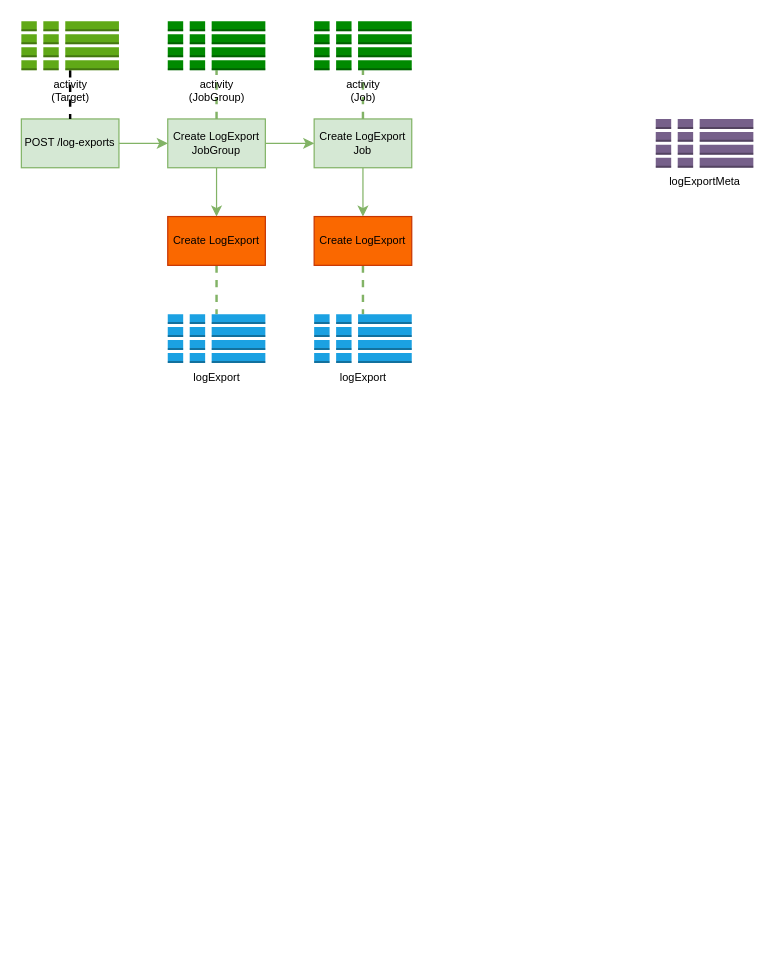
This is page "PostLogExport" (2 of 2) of st/Log.drawio from gaivin/drawio, a draw.io file, before an edit. Source tidied: cells renumbered, new cells numbered last; positions are measured from the earlier drawing's top-left corner, leaving out a move shared by most shapes. Both pictures are drawn from the tidied source at 122%, with x=0, y=0 at pixel (21, 21).
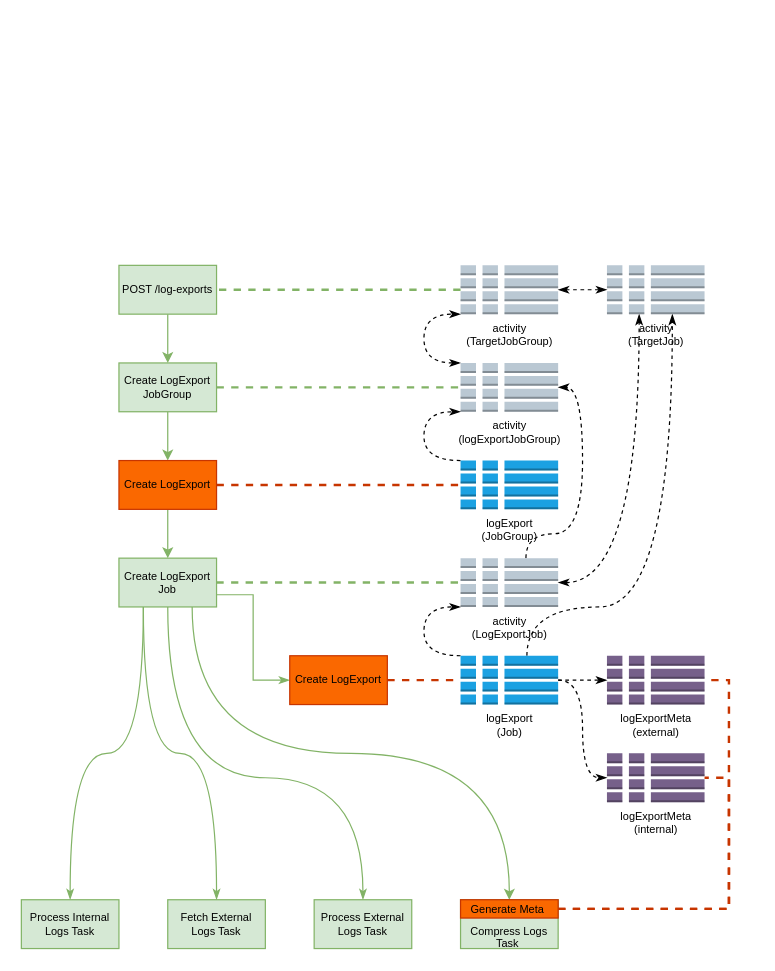
After the change.

The edit, as a diff of the source:
```diff
@@
     <mxCell id="3" value="POST /log-exports" style="rounded=0;whiteSpace=wrap;html=1;fillColor=#d5e8d4;strokeColor=#82b366;fontSize=9;" parent="1" vertex="1">
-      <mxGeometry y="80" width="80" height="40" as="geometry" />
+      <mxGeometry x="80" y="200" width="80" height="40" as="geometry" />
     </mxCell>
-    <mxCell id="4" style="edgeStyle=orthogonalEdgeStyle;rounded=0;jettySize=auto;html=1;fillColor=#d5e8d4;strokeColor=#82b366;fontSize=9;" parent="1" edge="1" source="7" target="10">
+    <mxCell id="4" style="edgeStyle=orthogonalEdgeStyle;rounded=0;jettySize=auto;html=1;fillColor=#d5e8d4;strokeColor=#82b366;fontSize=9;exitX=0.5;exitY=1;exitDx=0;exitDy=0;" parent="1" edge="1" source="12" target="10">
       <mxGeometry relative="1" as="geometry" />
     </mxCell>
@@
-    <mxCell id="6" style="edgeStyle=orthogonalEdgeStyle;rounded=0;jettySize=auto;html=1;exitX=0.5;exitY=0;exitDx=0;exitDy=0;fontSize=9;fontColor=#000000;endArrow=none;endFill=0;dashed=1;fillColor=#d5e8d4;strokeColor=#82b366;strokeWidth=2;" parent="1" edge="1" source="7" target="15">
+    <mxCell id="6" style="edgeStyle=orthogonalEdgeStyle;rounded=0;jettySize=auto;html=1;fontSize=9;fontColor=#000000;endArrow=none;endFill=0;dashed=1;fillColor=#d5e8d4;strokeColor=#82b366;strokeWidth=2;" parent="1" edge="1" source="7" target="15">
       <mxGeometry relative="1" as="geometry" />
     </mxCell>
-    <mxCell id="7" value="Create LogExport JobGroup" style="rounded=0;whiteSpace=wrap;html=1;fillColor=#d5e8d4;strokeColor=#82b366;fontSize=9;" parent="1" vertex="1">
-      <mxGeometry x="120" y="80" width="80" height="40" as="geometry" />
-    </mxCell>
-    <mxCell id="8" style="edgeStyle=orthogonalEdgeStyle;rounded=0;jettySize=auto;html=1;fillColor=#d5e8d4;strokeColor=#82b366;fontSize=9;" parent="1" edge="1" source="10" target="14">
+    <mxCell id="8" style="edgeStyle=orthogonalEdgeStyle;rounded=0;jettySize=auto;html=1;entryX=0;entryY=0.5;entryDx=0;entryDy=0;strokeWidth=1;fontSize=9;fontColor=#000000;startArrow=none;startFill=0;endArrow=classicThin;endFill=1;fillColor=#d5e8d4;strokeColor=#82b366;exitX=1;exitY=0.75;exitDx=0;exitDy=0;" parent="1" edge="1" source="10" target="14">
       <mxGeometry relative="1" as="geometry" />
     </mxCell>
+    <mxCell id="22" style="edgeStyle=orthogonalEdgeStyle;rounded=0;jettySize=auto;html=1;exitX=0.25;exitY=1;exitDx=0;exitDy=0;entryX=0.5;entryY=0;entryDx=0;entryDy=0;strokeWidth=1;fontSize=9;fontColor=#000000;startArrow=none;startFill=0;endArrow=classicThin;endFill=1;curved=1;fillColor=#d5e8d4;strokeColor=#82b366;" parent="1" edge="1" source="10" target="35">
+      <mxGeometry relative="1" as="geometry" />
+    </mxCell>
+    <mxCell id="23" style="edgeStyle=orthogonalEdgeStyle;curved=1;rounded=0;jettySize=auto;html=1;exitX=0.25;exitY=1;exitDx=0;exitDy=0;entryX=0.5;entryY=0;entryDx=0;entryDy=0;strokeWidth=1;fontSize=9;fontColor=#000000;startArrow=none;startFill=0;endArrow=classicThin;endFill=1;fillColor=#d5e8d4;strokeColor=#82b366;" parent="1" edge="1" source="10" target="36">
+      <mxGeometry relative="1" as="geometry" />
+    </mxCell>
+    <mxCell id="24" style="edgeStyle=orthogonalEdgeStyle;curved=1;rounded=0;jettySize=auto;html=1;exitX=0.5;exitY=1;exitDx=0;exitDy=0;entryX=0.5;entryY=0;entryDx=0;entryDy=0;strokeWidth=1;fontSize=9;fontColor=#000000;startArrow=none;startFill=0;endArrow=classicThin;endFill=1;fillColor=#d5e8d4;strokeColor=#82b366;" parent="1" edge="1" source="10" target="37">
+      <mxGeometry relative="1" as="geometry">
+        <Array as="points">
+          <mxPoint x="120" y="620" />
+          <mxPoint x="280" y="620" />
+        </Array>
+      </mxGeometry>
+    </mxCell>
-    <mxCell id="9" style="edgeStyle=orthogonalEdgeStyle;rounded=0;jettySize=auto;html=1;exitX=0.5;exitY=0;exitDx=0;exitDy=0;entryX=0.5;entryY=1;entryDx=0;entryDy=0;entryPerimeter=0;dashed=1;strokeWidth=2;fontSize=9;fontColor=#000000;endArrow=none;endFill=0;fillColor=#d5e8d4;strokeColor=#82b366;" parent="1" edge="1" source="10" target="16">
+    <mxCell id="9" style="edgeStyle=orthogonalEdgeStyle;curved=1;rounded=0;jettySize=auto;html=1;exitX=1;exitY=0.5;exitDx=0;exitDy=0;strokeWidth=2;fontSize=9;fontColor=#000000;startArrow=none;startFill=0;endArrow=none;endFill=0;dashed=1;fillColor=#d5e8d4;strokeColor=#82b366;" parent="1" edge="1" source="10" target="16">
       <mxGeometry relative="1" as="geometry" />
     </mxCell>
+    <mxCell id="25" style="edgeStyle=orthogonalEdgeStyle;curved=1;rounded=0;jettySize=auto;html=1;exitX=0.75;exitY=1;exitDx=0;exitDy=0;entryX=0.5;entryY=0;entryDx=0;entryDy=0;strokeWidth=1;fontSize=9;fontColor=#000000;startArrow=none;startFill=0;endArrow=classic;endFill=1;fillColor=#d5e8d4;strokeColor=#82b366;" parent="1" edge="1" source="10" target="43">
+      <mxGeometry relative="1" as="geometry" />
+    </mxCell>
     <mxCell id="10" value="Create LogExport Job" style="rounded=0;whiteSpace=wrap;html=1;fillColor=#d5e8d4;strokeColor=#82b366;fontSize=9;" parent="1" vertex="1">
-      <mxGeometry x="240" y="80" width="80" height="40" as="geometry" />
+      <mxGeometry x="80" y="440" width="80" height="40" as="geometry" />
     </mxCell>
-    <mxCell id="11" style="edgeStyle=orthogonalEdgeStyle;rounded=0;jettySize=auto;html=1;exitX=0.5;exitY=1;exitDx=0;exitDy=0;entryX=0.5;entryY=0;entryDx=0;entryDy=0;entryPerimeter=0;dashed=1;strokeWidth=2;fontSize=9;fontColor=#000000;endArrow=none;endFill=0;fillColor=#d5e8d4;strokeColor=#82b366;" parent="1" edge="1" source="12" target="17">
+    <mxCell id="11" style="edgeStyle=orthogonalEdgeStyle;rounded=0;jettySize=auto;html=1;dashed=1;strokeWidth=2;fontSize=9;fontColor=#000000;endArrow=none;endFill=0;fillColor=#fa6800;strokeColor=#C73500;" parent="1" edge="1" source="12" target="17">
       <mxGeometry relative="1" as="geometry" />
     </mxCell>
     <mxCell id="12" value="Create LogExport" style="rounded=0;whiteSpace=wrap;html=1;fillColor=#fa6800;strokeColor=#C73500;fontSize=9;fontColor=#000000;" parent="1" vertex="1">
-      <mxGeometry x="120" y="160" width="80" height="40" as="geometry" />
+      <mxGeometry x="80" y="360" width="80" height="40" as="geometry" />
     </mxCell>
-    <mxCell id="13" style="edgeStyle=orthogonalEdgeStyle;rounded=0;jettySize=auto;html=1;exitX=0.5;exitY=1;exitDx=0;exitDy=0;dashed=1;strokeWidth=2;fontSize=9;fontColor=#000000;endArrow=none;endFill=0;fillColor=#d5e8d4;strokeColor=#82b366;" parent="1" edge="1" source="14" target="18">
+    <mxCell id="13" style="edgeStyle=orthogonalEdgeStyle;rounded=0;jettySize=auto;html=1;exitX=1;exitY=0.5;exitDx=0;exitDy=0;entryX=0;entryY=0.5;entryDx=0;entryDy=0;entryPerimeter=0;dashed=1;strokeWidth=2;fontSize=9;fontColor=#000000;startArrow=none;startFill=0;endArrow=none;endFill=0;fillColor=#fa6800;strokeColor=#C73500;" parent="1" edge="1" source="14" target="18">
       <mxGeometry relative="1" as="geometry" />
     </mxCell>
     <mxCell id="14" value="Create LogExport" style="rounded=0;whiteSpace=wrap;html=1;fillColor=#fa6800;strokeColor=#C73500;fontSize=9;fontColor=#000000;" parent="1" vertex="1">
-      <mxGeometry x="240" y="160" width="80" height="40" as="geometry" />
+      <mxGeometry x="220" y="520" width="80" height="40" as="geometry" />
     </mxCell>
+    <mxCell id="26" style="edgeStyle=orthogonalEdgeStyle;curved=1;rounded=0;jettySize=auto;html=1;exitX=0;exitY=0;exitDx=0;exitDy=0;exitPerimeter=0;dashed=1;strokeWidth=1;fontSize=9;fontColor=#000000;startArrow=classicThin;startFill=1;endArrow=classicThin;endFill=1;entryX=0;entryY=1;entryDx=0;entryDy=0;entryPerimeter=0;" parent="1" edge="1" source="15" target="20">
+      <mxGeometry relative="1" as="geometry">
+        <Array as="points">
+          <mxPoint x="330" y="280" />
+          <mxPoint x="330" y="240" />
+        </Array>
+      </mxGeometry>
+    </mxCell>
-    <mxCell id="15" value="activity&lt;br&gt;(JobGroup)" style="outlineConnect=0;dashed=0;verticalLabelPosition=bottom;verticalAlign=top;align=center;html=1;shape=mxgraph.aws3.global_secondary_index;fillColor=#008a00;fontSize=9;strokeColor=#005700;fontColor=#000000;" parent="1" vertex="1">
-      <mxGeometry x="120" width="80" height="40" as="geometry" />
+    <mxCell id="15" value="activity&lt;br&gt;(logExportJobGroup)" style="outlineConnect=0;dashed=0;verticalLabelPosition=bottom;verticalAlign=top;align=center;html=1;shape=mxgraph.aws3.global_secondary_index;fillColor=#bac8d3;fontSize=9;strokeColor=#23445d;points=[[0,0,0,0,0],[0,0.5,0,0,0],[0,1,0,0,0],[0.33,0,0,0,0],[0.33,1,0,0,0],[0.5,0,0,0,0],[0.5,1,0,0,0],[0.67,0,0,0,0],[0.67,1,0,0,0],[1,0,0,0,0],[1,0.5,0,0,0],[1,1,0,0,0]];labelPosition=center;" parent="1" vertex="1">
+      <mxGeometry x="360" y="280" width="80" height="40" as="geometry" />
     </mxCell>
+    <mxCell id="27" style="edgeStyle=orthogonalEdgeStyle;curved=1;rounded=0;jettySize=auto;html=1;exitX=0.67;exitY=0;exitDx=0;exitDy=0;exitPerimeter=0;entryX=1;entryY=0.5;entryDx=0;entryDy=0;entryPerimeter=0;dashed=1;strokeWidth=1;fontSize=9;fontColor=#000000;startArrow=none;startFill=0;endArrow=classicThin;endFill=1;" parent="1" edge="1" source="16" target="15">
+      <mxGeometry relative="1" as="geometry">
+        <Array as="points">
+          <mxPoint x="414" y="420" />
+          <mxPoint x="460" y="420" />
+          <mxPoint x="460" y="300" />
+        </Array>
+      </mxGeometry>
+    </mxCell>
+    <mxCell id="28" style="edgeStyle=orthogonalEdgeStyle;rounded=0;jettySize=auto;html=1;exitX=1;exitY=0.5;exitDx=0;exitDy=0;exitPerimeter=0;entryX=0.33;entryY=1;entryDx=0;entryDy=0;entryPerimeter=0;dashed=1;strokeWidth=1;fontSize=9;fontColor=#000000;startArrow=classicThin;startFill=1;endArrow=classicThin;endFill=1;curved=1;" parent="1" edge="1" source="16" target="34">
+      <mxGeometry relative="1" as="geometry" />
+    </mxCell>
-    <mxCell id="16" value="activity&lt;br&gt;(Job)" style="outlineConnect=0;dashed=0;verticalLabelPosition=bottom;verticalAlign=top;align=center;html=1;shape=mxgraph.aws3.global_secondary_index;fillColor=#008a00;fontSize=9;strokeColor=#005700;fontColor=#000000;" parent="1" vertex="1">
-      <mxGeometry x="240" width="80" height="40" as="geometry" />
+    <mxCell id="16" value="activity&lt;br&gt;(LogExportJob)" style="outlineConnect=0;dashed=0;verticalLabelPosition=bottom;verticalAlign=top;align=center;html=1;shape=mxgraph.aws3.global_secondary_index;fillColor=#bac8d3;fontSize=9;strokeColor=#23445d;points=[[0,0,0,0,0],[0,0.5,0,0,0],[0,1,0,0,0],[0.33,0,0,0,0],[0.33,1,0,0,0],[0.5,0,0,0,0],[0.5,1,0,0,0],[0.67,0,0,0,0],[0.67,1,0,0,0],[1,0,0,0,0],[1,0.5,0,0,0],[1,1,0,0,0]];labelPosition=center;" parent="1" vertex="1">
+      <mxGeometry x="360" y="440" width="80" height="40" as="geometry" />
     </mxCell>
+    <mxCell id="29" style="edgeStyle=orthogonalEdgeStyle;curved=1;rounded=0;jettySize=auto;html=1;exitX=0;exitY=0;exitDx=0;exitDy=0;exitPerimeter=0;entryX=0;entryY=1;entryDx=0;entryDy=0;entryPerimeter=0;dashed=1;strokeWidth=1;fontSize=9;fontColor=#000000;startArrow=none;startFill=0;endArrow=classicThin;endFill=1;" parent="1" edge="1" source="17" target="15">
+      <mxGeometry relative="1" as="geometry">
+        <Array as="points">
+          <mxPoint x="330" y="360" />
+          <mxPoint x="330" y="320" />
+        </Array>
+      </mxGeometry>
+    </mxCell>
-    <mxCell id="17" value="logExport" style="outlineConnect=0;dashed=0;verticalLabelPosition=bottom;verticalAlign=top;align=center;html=1;shape=mxgraph.aws3.global_secondary_index;fillColor=#1ba1e2;fontSize=9;strokeColor=none;fontColor=#000000;" parent="1" vertex="1">
-      <mxGeometry x="120" y="240" width="80" height="40" as="geometry" />
+    <mxCell id="17" value="logExport&lt;br&gt;(JobGroup)" style="outlineConnect=0;dashed=0;verticalLabelPosition=bottom;verticalAlign=top;align=center;html=1;shape=mxgraph.aws3.global_secondary_index;fillColor=#1ba1e2;fontSize=9;strokeColor=none;fontColor=#000000;points=[[0,0,0,0,0],[0,0.5,0,0,0],[0,1,0,0,0],[0.33,0,0,0,0],[0.33,1,0,0,0],[0.5,0,0,0,0],[0.5,1,0,0,0],[0.67,1,0,0,0],[0.68,0,0,0,0],[1,0,0,0,0],[1,0.5,0,0,0],[1,1,0,0,0]];labelPosition=center;" parent="1" vertex="1">
+      <mxGeometry x="360" y="360" width="80" height="40" as="geometry" />
     </mxCell>
+    <mxCell id="30" style="edgeStyle=orthogonalEdgeStyle;rounded=0;jettySize=auto;html=1;exitX=0;exitY=0;exitDx=0;exitDy=0;exitPerimeter=0;dashed=1;strokeWidth=1;fontSize=9;fontColor=#000000;startArrow=none;startFill=0;endArrow=classicThin;endFill=1;entryX=0;entryY=1;entryDx=0;entryDy=0;entryPerimeter=0;curved=1;" parent="1" edge="1" source="18" target="16">
+      <mxGeometry relative="1" as="geometry">
+        <Array as="points">
+          <mxPoint x="330" y="520" />
+          <mxPoint x="330" y="480" />
+        </Array>
+      </mxGeometry>
+    </mxCell>
+    <mxCell id="31" style="edgeStyle=orthogonalEdgeStyle;curved=1;rounded=0;jettySize=auto;html=1;exitX=1;exitY=0.5;exitDx=0;exitDy=0;exitPerimeter=0;dashed=1;strokeWidth=1;fontSize=9;fontColor=#000000;startArrow=none;startFill=0;endArrow=classicThin;endFill=1;fillColor=#d5e8d4;strokeColor=default;entryX=0;entryY=0.5;entryDx=0;entryDy=0;entryPerimeter=0;" parent="1" edge="1" source="18" target="21">
+      <mxGeometry relative="1" as="geometry" />
+    </mxCell>
+    <mxCell id="32" style="rounded=0;jettySize=auto;html=1;exitX=0.68;exitY=0;exitDx=0;exitDy=0;exitPerimeter=0;entryX=0.67;entryY=1;entryDx=0;entryDy=0;entryPerimeter=0;dashed=1;strokeWidth=1;fontSize=9;fontColor=#000000;startArrow=none;startFill=0;endArrow=classicThin;endFill=1;edgeStyle=orthogonalEdgeStyle;curved=1;" parent="1" edge="1" source="18" target="34">
+      <mxGeometry relative="1" as="geometry">
+        <Array as="points">
+          <mxPoint x="414" y="480" />
+          <mxPoint x="534" y="480" />
+        </Array>
+      </mxGeometry>
+    </mxCell>
-    <mxCell id="18" value="logExport" style="outlineConnect=0;dashed=0;verticalLabelPosition=bottom;verticalAlign=top;align=center;html=1;shape=mxgraph.aws3.global_secondary_index;fillColor=#1ba1e2;fontSize=9;strokeColor=none;fontColor=#000000;" parent="1" vertex="1">
-      <mxGeometry x="240" y="240" width="80" height="40" as="geometry" />
+    <mxCell id="18" value="logExport&lt;br&gt;(Job)" style="outlineConnect=0;dashed=0;verticalLabelPosition=bottom;verticalAlign=top;align=center;html=1;shape=mxgraph.aws3.global_secondary_index;fillColor=#1ba1e2;fontSize=9;strokeColor=none;fontColor=#000000;points=[[0,0,0,0,0],[0,0.5,0,0,0],[0,1,0,0,0],[0.33,0,0,0,0],[0.33,1,0,0,0],[0.5,0,0,0,0],[0.5,1,0,0,0],[0.67,1,0,0,0],[0.68,0,0,0,0],[1,0,0,0,0],[1,0.5,0,0,0],[1,1,0,0,0]];labelPosition=center;" parent="1" vertex="1">
+      <mxGeometry x="360" y="520" width="80" height="40" as="geometry" />
     </mxCell>
-    <mxCell id="19" style="edgeStyle=orthogonalEdgeStyle;rounded=0;jettySize=auto;html=1;dashed=1;strokeWidth=2;fontSize=9;fontColor=#000000;endArrow=none;endFill=0;" parent="1" edge="1" source="20" target="3">
+    <mxCell id="19" style="edgeStyle=orthogonalEdgeStyle;rounded=0;jettySize=auto;html=1;dashed=1;strokeWidth=2;fontSize=9;fontColor=#000000;endArrow=none;endFill=0;fillColor=#d5e8d4;gradientColor=#97d077;strokeColor=#82b366;" parent="1" edge="1" source="20" target="3">
       <mxGeometry relative="1" as="geometry" />
     </mxCell>
+    <mxCell id="33" style="edgeStyle=orthogonalEdgeStyle;curved=1;rounded=0;jettySize=auto;html=1;exitX=1;exitY=0.5;exitDx=0;exitDy=0;exitPerimeter=0;entryX=0;entryY=0.5;entryDx=0;entryDy=0;entryPerimeter=0;dashed=1;strokeWidth=1;fontSize=9;fontColor=#000000;startArrow=classicThin;startFill=1;endArrow=classicThin;endFill=1;" parent="1" edge="1" source="20" target="34">
+      <mxGeometry relative="1" as="geometry" />
+    </mxCell>
-    <mxCell id="20" value="activity&lt;br&gt;(Target)" style="outlineConnect=0;dashed=0;verticalLabelPosition=bottom;verticalAlign=top;align=center;html=1;shape=mxgraph.aws3.global_secondary_index;fillColor=#60a917;fontSize=9;strokeColor=#2D7600;fontColor=#000000;" parent="1" vertex="1">
-      <mxGeometry width="80" height="40" as="geometry" />
+    <mxCell id="20" value="activity&lt;br&gt;(TargetJobGroup)" style="outlineConnect=0;dashed=0;verticalLabelPosition=bottom;verticalAlign=top;align=center;html=1;shape=mxgraph.aws3.global_secondary_index;fillColor=#bac8d3;fontSize=9;strokeColor=#23445d;points=[[0,0,0,0,0],[0,0.5,0,0,0],[0,1,0,0,0],[0.33,0,0,0,0],[0.33,1,0,0,0],[0.5,0,0,0,0],[0.5,1,0,0,0],[0.67,0,0,0,0],[0.67,1,0,0,0],[1,0,0,0,0],[1,0.5,0,0,0],[1,1,0,0,0]];labelPosition=center;" parent="1" vertex="1">
+      <mxGeometry x="360" y="200" width="80" height="40" as="geometry" />
     </mxCell>
-    <mxCell id="21" value="logExportMeta" style="outlineConnect=0;dashed=0;verticalLabelPosition=bottom;verticalAlign=top;align=center;html=1;shape=mxgraph.aws3.global_secondary_index;fillColor=#76608a;fontSize=9;strokeColor=#432D57;fontColor=#000000;" parent="1" vertex="1">
-      <mxGeometry x="520" y="80" width="80" height="40" as="geometry" />
+    <mxCell id="21" value="logExportMeta&lt;br&gt;(internal)" style="outlineConnect=0;dashed=0;verticalLabelPosition=bottom;verticalAlign=top;align=center;html=1;shape=mxgraph.aws3.global_secondary_index;fillColor=#76608a;fontSize=9;strokeColor=#432D57;points=[[0,0,0,0,0],[0,0.5,0,0,0],[0,1,0,0,0],[0.33,0,0,0,0],[0.33,1,0,0,0],[0.5,0,0,0,0],[0.5,1,0,0,0],[0.67,0,0,0,0],[0.67,1,0,0,0],[1,0,0,0,0],[1,0.5,0,0,0],[1,1,0,0,0]];labelPosition=center;fontColor=#000000;" parent="1" vertex="1">
+      <mxGeometry x="480" y="600" width="80" height="40" as="geometry" />
     </mxCell>
+    <mxCell id="34" value="activity&lt;br&gt;(TargetJob)" style="outlineConnect=0;dashed=0;verticalLabelPosition=bottom;verticalAlign=top;align=center;html=1;shape=mxgraph.aws3.global_secondary_index;fillColor=#bac8d3;fontSize=9;strokeColor=#23445d;points=[[0,0,0,0,0],[0,0.5,0,0,0],[0,1,0,0,0],[0.33,0,0,0,0],[0.33,1,0,0,0],[0.5,0,0,0,0],[0.5,1,0,0,0],[0.67,0,0,0,0],[0.67,1,0,0,0],[1,0,0,0,0],[1,0.5,0,0,0],[1,1,0,0,0]];labelPosition=center;" parent="1" vertex="1">
+      <mxGeometry x="480" y="200" width="80" height="40" as="geometry" />
+    </mxCell>
+    <mxCell id="35" value="Process Internal Logs Task" style="rounded=0;whiteSpace=wrap;html=1;fillColor=#d5e8d4;strokeColor=#82b366;fontSize=9;" parent="1" vertex="1">
+      <mxGeometry y="720" width="80" height="40" as="geometry" />
+    </mxCell>
+    <mxCell id="36" value="Fetch External Logs Task" style="rounded=0;whiteSpace=wrap;html=1;fillColor=#d5e8d4;strokeColor=#82b366;fontSize=9;" parent="1" vertex="1">
+      <mxGeometry x="120" y="720" width="80" height="40" as="geometry" />
+    </mxCell>
+    <mxCell id="37" value="Process External Logs Task" style="rounded=0;whiteSpace=wrap;html=1;fillColor=#d5e8d4;strokeColor=#82b366;fontSize=9;" parent="1" vertex="1">
+      <mxGeometry x="240" y="720" width="80" height="40" as="geometry" />
+    </mxCell>
+    <mxCell id="38" value="&lt;br&gt;&lt;br&gt;Compress Logs Task&amp;nbsp;" style="rounded=0;whiteSpace=wrap;html=1;fillColor=#d5e8d4;strokeColor=#82b366;fontSize=9;" parent="1" vertex="1">
+      <mxGeometry x="360" y="720" width="80" height="40" as="geometry" />
+    </mxCell>
+    <mxCell id="7" value="Create LogExport JobGroup" style="rounded=0;whiteSpace=wrap;html=1;fillColor=#d5e8d4;strokeColor=#82b366;fontSize=9;" parent="1" vertex="1">
+      <mxGeometry x="80" y="280" width="80" height="40" as="geometry" />
+    </mxCell>
+    <mxCell id="39" value="logExportMeta&lt;br&gt;(external)" style="outlineConnect=0;dashed=0;verticalLabelPosition=bottom;verticalAlign=top;align=center;html=1;shape=mxgraph.aws3.global_secondary_index;fillColor=#76608a;fontSize=9;strokeColor=#432D57;fontColor=#000000;points=[[0,0,0,0,0],[0,0.5,0,0,0],[0,1,0,0,0],[0.33,0,0,0,0],[0.33,1,0,0,0],[0.5,0,0,0,0],[0.5,1,0,0,0],[0.67,0,0,0,0],[0.67,1,0,0,0],[1,0,0,0,0],[1,0.5,0,0,0],[1,1,0,0,0]];labelPosition=center;" parent="1" vertex="1">
+      <mxGeometry x="480" y="520" width="80" height="40" as="geometry" />
+    </mxCell>
+    <mxCell id="40" style="edgeStyle=orthogonalEdgeStyle;rounded=0;jettySize=auto;html=1;exitX=1;exitY=0.5;exitDx=0;exitDy=0;exitPerimeter=0;dashed=1;strokeWidth=1;fontSize=9;fontColor=#000000;startArrow=none;startFill=0;endArrow=classicThin;endFill=1;curved=1;" parent="1" edge="1" source="18" target="39">
+      <mxGeometry relative="1" as="geometry" />
+    </mxCell>
+    <mxCell id="41" style="edgeStyle=orthogonalEdgeStyle;rounded=0;jettySize=auto;html=1;entryX=1;entryY=0.5;entryDx=0;entryDy=0;entryPerimeter=0;strokeWidth=2;fontSize=9;fontColor=#000000;startArrow=none;startFill=0;endArrow=none;endFill=0;dashed=1;fillColor=#fa6800;strokeColor=#C73500;exitX=1;exitY=0.5;exitDx=0;exitDy=0;" parent="1" edge="1" source="43" target="39">
+      <mxGeometry relative="1" as="geometry" />
+    </mxCell>
+    <mxCell id="42" style="edgeStyle=orthogonalEdgeStyle;rounded=0;jettySize=auto;html=1;exitX=1;exitY=0.5;exitDx=0;exitDy=0;entryX=1;entryY=0.5;entryDx=0;entryDy=0;entryPerimeter=0;dashed=1;strokeWidth=2;fontSize=9;fontColor=#000000;startArrow=none;startFill=0;endArrow=none;endFill=0;fillColor=#fa6800;strokeColor=#C73500;" parent="1" edge="1" source="43" target="21">
+      <mxGeometry relative="1" as="geometry" />
+    </mxCell>
+    <mxCell id="43" value="Generate Meta&amp;nbsp;" style="rounded=0;whiteSpace=wrap;html=1;fillColor=#fa6800;strokeColor=#C73500;fontSize=9;fontColor=#000000;" parent="1" vertex="1">
+      <mxGeometry x="360" y="720" width="80" height="15" as="geometry" />
+    </mxCell>
```
